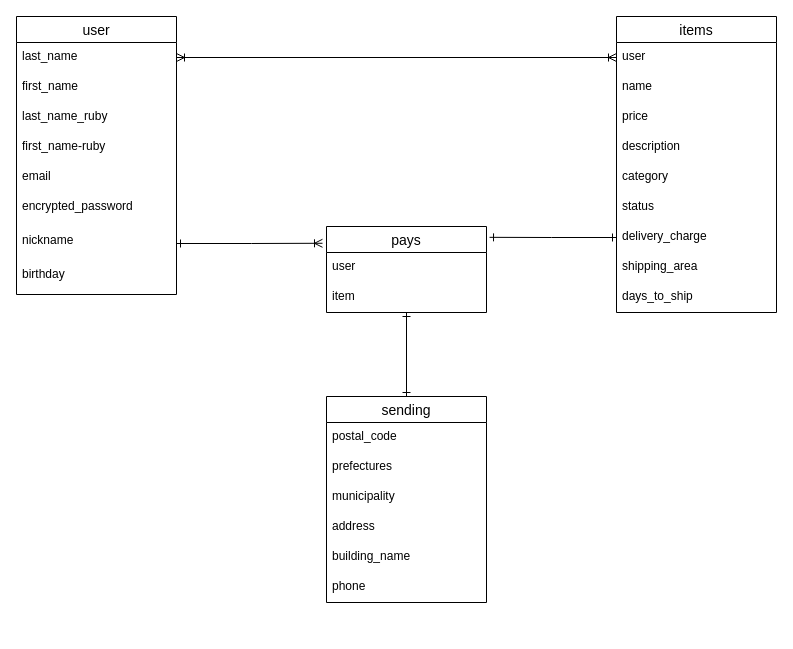
0925Daiki/furima-35540 keeps this draw.io diagram as furima.dio. Above is the earlier version. Source tidied: cells renumbered, new cells numbered last; positions are measured from the earlier drawing's top-left corner, leaving out a move shared by most shapes. Both pictures are drawn from the tidied source at 100%, with x=0, y=0 at pixel (16, 16).
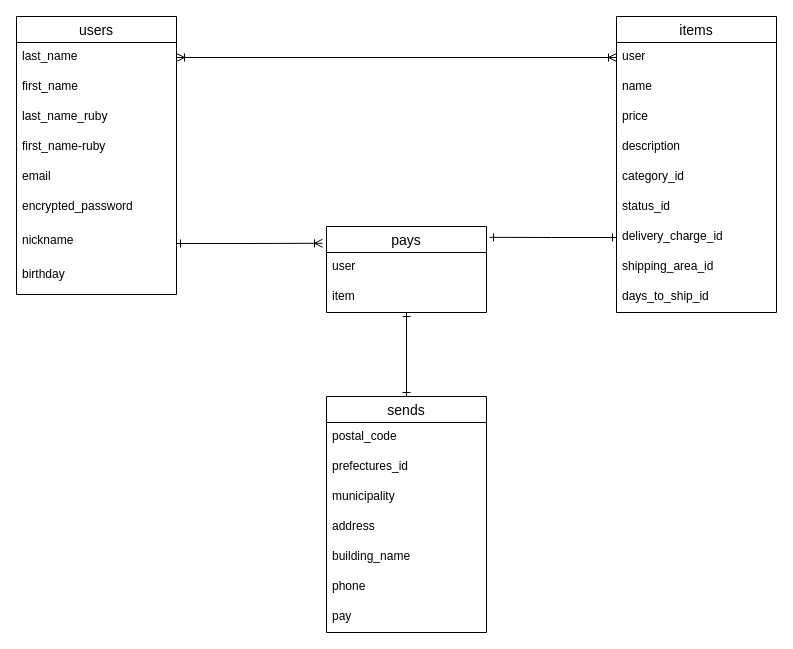
Above is the later version.

Unchanged cells that the change refers to:
```xml
<mxCell id="11" value="items" style="swimlane;fontStyle=0;horizontal=1;startSize=26;align=center;fontSize=14;" parent="1" vertex="1">
  <mxGeometry x="600" width="160" height="296" as="geometry" />
</mxCell>
```

The edit, as a diff of the source:
```diff
@@
-    <mxCell id="2" value="user" style="swimlane;fontStyle=0;horizontal=1;startSize=26;align=center;fontSize=14;" parent="1" vertex="1">
+    <mxCell id="2" value="users" style="swimlane;fontStyle=0;horizontal=1;startSize=26;align=center;fontSize=14;" parent="1" vertex="1">
       <mxGeometry width="160" height="278" as="geometry" />
     </mxCell>
@@
-    <mxCell id="16" value="category" style="text;strokeColor=none;fillColor=none;spacingLeft=4;spacingRight=4;overflow=hidden;fontSize=12;" parent="11" vertex="1">
+    <mxCell id="16" value="category_id" style="text;strokeColor=none;fillColor=none;spacingLeft=4;spacingRight=4;overflow=hidden;fontSize=12;" parent="11" vertex="1">
       <mxGeometry y="146" width="160" height="30" as="geometry" />
     </mxCell>
-    <mxCell id="17" value="status" style="text;strokeColor=none;fillColor=none;spacingLeft=4;spacingRight=4;overflow=hidden;fontSize=12;" parent="11" vertex="1">
+    <mxCell id="17" value="status_id" style="text;strokeColor=none;fillColor=none;spacingLeft=4;spacingRight=4;overflow=hidden;fontSize=12;" parent="11" vertex="1">
       <mxGeometry y="176" width="160" height="30" as="geometry" />
     </mxCell>
-    <mxCell id="18" value="delivery_charge" style="text;strokeColor=none;fillColor=none;spacingLeft=4;spacingRight=4;overflow=hidden;points=[[0,0.5],[1,0.5]];portConstraint=eastwest;fontSize=12;" parent="11" vertex="1">
+    <mxCell id="18" value="delivery_charge_id" style="text;strokeColor=none;fillColor=none;spacingLeft=4;spacingRight=4;overflow=hidden;points=[[0,0.5],[1,0.5]];portConstraint=eastwest;fontSize=12;" parent="11" vertex="1">
       <mxGeometry y="206" width="160" height="30" as="geometry" />
     </mxCell>
-    <mxCell id="19" value="shipping_area" style="text;strokeColor=none;fillColor=none;spacingLeft=4;spacingRight=4;overflow=hidden;fontSize=12;" parent="11" vertex="1">
+    <mxCell id="19" value="shipping_area_id" style="text;strokeColor=none;fillColor=none;spacingLeft=4;spacingRight=4;overflow=hidden;fontSize=12;" parent="11" vertex="1">
       <mxGeometry y="236" width="160" height="30" as="geometry" />
     </mxCell>
-    <mxCell id="20" value="days_to_ship" style="text;strokeColor=none;fillColor=none;spacingLeft=4;spacingRight=4;overflow=hidden;fontSize=12;" parent="11" vertex="1">
+    <mxCell id="20" value="days_to_ship_id" style="text;strokeColor=none;fillColor=none;spacingLeft=4;spacingRight=4;overflow=hidden;fontSize=12;" parent="11" vertex="1">
       <mxGeometry y="266" width="160" height="30" as="geometry" />
     </mxCell>
@@
-    <mxCell id="25" value="sending" style="swimlane;fontStyle=0;horizontal=1;startSize=26;align=center;fontSize=14;" parent="1" vertex="1">
-      <mxGeometry x="310" y="380" width="160" height="206" as="geometry" />
+    <mxCell id="25" value="sends" style="swimlane;fontStyle=0;horizontal=1;startSize=26;align=center;fontSize=14;" parent="1" vertex="1">
+      <mxGeometry x="310" y="380" width="160" height="236" as="geometry" />
     </mxCell>
@@
-    <mxCell id="27" value="prefectures" style="text;strokeColor=none;fillColor=none;spacingLeft=4;spacingRight=4;overflow=hidden;fontSize=12;" parent="25" vertex="1">
+    <mxCell id="27" value="prefectures_id" style="text;strokeColor=none;fillColor=none;spacingLeft=4;spacingRight=4;overflow=hidden;fontSize=12;" parent="25" vertex="1">
       <mxGeometry y="56" width="160" height="30" as="geometry" />
     </mxCell>
@@
+    <mxCell id="35" value="phone" style="text;strokeColor=none;fillColor=none;spacingLeft=4;spacingRight=4;overflow=hidden;fontSize=12;" parent="25" vertex="1">
+      <mxGeometry y="176" width="160" height="30" as="geometry" />
+    </mxCell>
-    <mxCell id="31" value="phone" style="text;strokeColor=none;fillColor=none;spacingLeft=4;spacingRight=4;overflow=hidden;fontSize=12;" parent="25" vertex="1">
-      <mxGeometry y="176" width="160" height="30" as="geometry" />
+    <mxCell id="31" value="pay" style="text;strokeColor=none;fillColor=none;spacingLeft=4;spacingRight=4;overflow=hidden;fontSize=12;" parent="25" vertex="1">
+      <mxGeometry y="206" width="160" height="30" as="geometry" />
     </mxCell>
```
